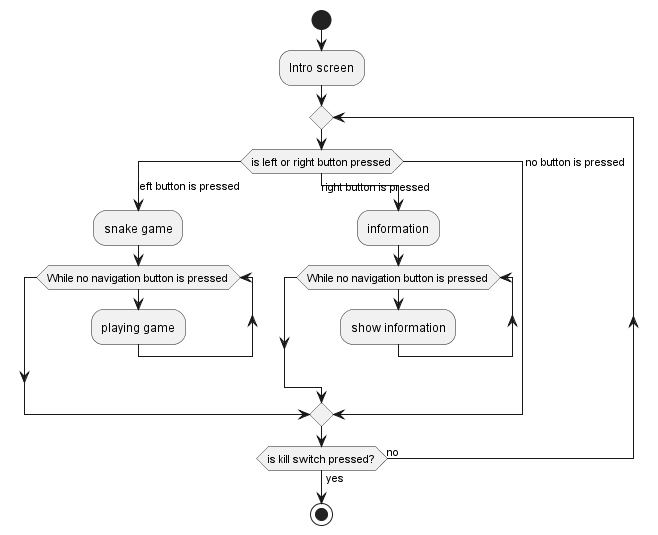
The PlantUML diagram out/DiagramSource/activityDiagram/activityDiagram.png in roopemyller/spaghettiboy-2000-project, before a commit.
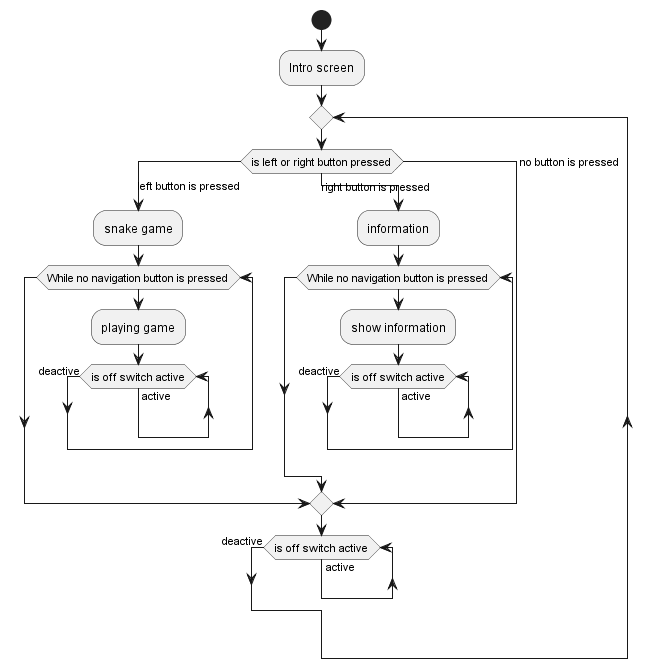
After the change.

Commit message:
updated activity diagram

Change to the diagram source:
```diff
@@ -10,16 +10,20 @@
         :snake game;
             while (While no navigation button is pressed)
                 :playing game;
+                while (is off switch active) is (active)
+                endwhile (deactive)
             endwhile
         case (right button is pressed)
         :information;
             while (While no navigation button is pressed)
                 :show information;
+                while (is off switch active) is (active)
+                endwhile (deactive)
             endwhile
         case (no button is pressed)
     endswitch
+while (is off switch active) is (active)
+endwhile (deactive)
 
-repeat while (is kill switch pressed?) is (no) not (yes)
-stop
 
 @enduml
```
